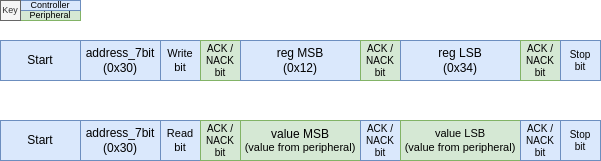
This is docs/modules/peripherals/images/I2C_Controller_Read_16_Bit_Register.png from AdamVeazey/edf, a draw.io export, as it was before one commit. Source tidied: cells renumbered, new cells last; positions are measured from the earlier drawing's top-left corner, leaving out a move shared by most shapes. Source of this version:
```xml
<mxGraphModel>
  <root>
    <mxCell id="0" />
    <mxCell id="1" parent="0" />
    <mxCell id="2" value="Peripheral" style="rounded=0;whiteSpace=wrap;html=1;fillColor=#d5e8d4;strokeColor=#82b366;fontSize=9;" parent="1" vertex="1">
      <mxGeometry x="20" y="10" width="60" height="10" as="geometry" />
    </mxCell>
    <mxCell id="3" value="Controller" style="rounded=0;whiteSpace=wrap;html=1;fillColor=#dae8fc;strokeColor=#6c8ebf;fontSize=9;" parent="1" vertex="1">
      <mxGeometry x="20" width="60" height="10" as="geometry" />
    </mxCell>
    <mxCell id="4" value="Start" style="rounded=0;whiteSpace=wrap;html=1;fillColor=#dae8fc;strokeColor=#6c8ebf;fontSize=12;" parent="1" vertex="1">
      <mxGeometry y="40" width="80" height="40" as="geometry" />
    </mxCell>
    <mxCell id="5" value="address_7bit&lt;div&gt;(0x30)&lt;/div&gt;" style="rounded=0;whiteSpace=wrap;html=1;fillColor=#dae8fc;strokeColor=#6c8ebf;fontSize=12;" parent="1" vertex="1">
      <mxGeometry x="80" y="40" width="80" height="40" as="geometry" />
    </mxCell>
    <mxCell id="6" value="Write bit" style="rounded=0;whiteSpace=wrap;html=1;fontSize=11;fillColor=#dae8fc;strokeColor=#6c8ebf;" parent="1" vertex="1">
      <mxGeometry x="160" y="40" width="40" height="40" as="geometry" />
    </mxCell>
    <mxCell id="7" value="ACK / NACK&lt;br style=&quot;font-size: 10px;&quot;&gt;bit" style="rounded=0;whiteSpace=wrap;html=1;fontSize=10;fillColor=#d5e8d4;strokeColor=#82b366;" parent="1" vertex="1">
      <mxGeometry x="200" y="40" width="40" height="40" as="geometry" />
    </mxCell>
    <mxCell id="8" value="reg MSB&lt;div&gt;&lt;div&gt;(0x12)&lt;/div&gt;&lt;/div&gt;" style="rounded=0;whiteSpace=wrap;html=1;fillColor=#dae8fc;strokeColor=#6c8ebf;fontSize=12;" parent="1" vertex="1">
      <mxGeometry x="240" y="40" width="120" height="40" as="geometry" />
    </mxCell>
    <mxCell id="9" value="ACK / NACK&lt;br style=&quot;font-size: 10px;&quot;&gt;bit" style="rounded=0;whiteSpace=wrap;html=1;fontSize=10;fillColor=#d5e8d4;strokeColor=#82b366;" parent="1" vertex="1">
      <mxGeometry x="360" y="40" width="40" height="40" as="geometry" />
    </mxCell>
    <mxCell id="10" value="reg LSB&lt;div&gt;(0x34)&lt;/div&gt;" style="rounded=0;whiteSpace=wrap;html=1;fillColor=#dae8fc;strokeColor=#6c8ebf;fontSize=12;" parent="1" vertex="1">
      <mxGeometry x="400" y="40" width="120" height="40" as="geometry" />
    </mxCell>
    <mxCell id="11" value="ACK / NACK&lt;br style=&quot;font-size: 10px;&quot;&gt;bit" style="rounded=0;whiteSpace=wrap;html=1;fontSize=10;fillColor=#d5e8d4;strokeColor=#82b366;" parent="1" vertex="1">
      <mxGeometry x="520" y="40" width="40" height="40" as="geometry" />
    </mxCell>
    <mxCell id="12" value="Stop&lt;br style=&quot;font-size: 10px;&quot;&gt;bit" style="rounded=0;whiteSpace=wrap;html=1;fontSize=10;fillColor=#dae8fc;strokeColor=#6c8ebf;" parent="1" vertex="1">
      <mxGeometry x="560" y="40" width="40" height="40" as="geometry" />
    </mxCell>
    <mxCell id="13" value="Key" style="rounded=0;whiteSpace=wrap;html=1;fontSize=9;fillColor=#f5f5f5;fontColor=#333333;strokeColor=#666666;" parent="1" vertex="1">
      <mxGeometry width="20" height="20" as="geometry" />
    </mxCell>
    <mxCell id="14" value="value MSB&lt;div&gt;&lt;div style=&quot;font-size: 11px;&quot;&gt;(value from peripheral)&lt;/div&gt;&lt;/div&gt;" style="rounded=0;whiteSpace=wrap;html=1;fillColor=#d5e8d4;strokeColor=#82b366;fontSize=12;" parent="1" vertex="1">
      <mxGeometry x="240" y="120" width="120" height="40" as="geometry" />
    </mxCell>
    <mxCell id="15" value="ACK / NACK&lt;br style=&quot;font-size: 10px;&quot;&gt;bit" style="rounded=0;whiteSpace=wrap;html=1;fontSize=10;fillColor=#dae8fc;strokeColor=#6c8ebf;" parent="1" vertex="1">
      <mxGeometry x="360" y="120" width="40" height="40" as="geometry" />
    </mxCell>
    <mxCell id="16" value="value LSB&lt;div style=&quot;font-size: 11px;&quot;&gt;(value from peripheral)&lt;/div&gt;" style="rounded=0;whiteSpace=wrap;html=1;fillColor=#d5e8d4;strokeColor=#82b366;fontSize=11;" parent="1" vertex="1">
      <mxGeometry x="400" y="120" width="120" height="40" as="geometry" />
    </mxCell>
    <mxCell id="17" value="ACK / NACK&lt;br style=&quot;font-size: 10px;&quot;&gt;bit" style="rounded=0;whiteSpace=wrap;html=1;fontSize=10;fillColor=#dae8fc;strokeColor=#6c8ebf;" parent="1" vertex="1">
      <mxGeometry x="520" y="120" width="40" height="40" as="geometry" />
    </mxCell>
    <mxCell id="18" value="Stop&lt;br style=&quot;font-size: 10px;&quot;&gt;bit" style="rounded=0;whiteSpace=wrap;html=1;fontSize=10;fillColor=#dae8fc;strokeColor=#6c8ebf;" parent="1" vertex="1">
      <mxGeometry x="560" y="120" width="40" height="40" as="geometry" />
    </mxCell>
    <mxCell id="19" value="Start" style="rounded=0;whiteSpace=wrap;html=1;fillColor=#dae8fc;strokeColor=#6c8ebf;fontSize=12;" parent="1" vertex="1">
      <mxGeometry y="120" width="80" height="40" as="geometry" />
    </mxCell>
    <mxCell id="20" value="address_7bit&lt;div&gt;(0x30)&lt;/div&gt;" style="rounded=0;whiteSpace=wrap;html=1;fillColor=#dae8fc;strokeColor=#6c8ebf;fontSize=12;" parent="1" vertex="1">
      <mxGeometry x="80" y="120" width="80" height="40" as="geometry" />
    </mxCell>
    <mxCell id="21" value="Read bit" style="rounded=0;whiteSpace=wrap;html=1;fontSize=11;fillColor=#dae8fc;strokeColor=#6c8ebf;" parent="1" vertex="1">
      <mxGeometry x="160" y="120" width="40" height="40" as="geometry" />
    </mxCell>
    <mxCell id="22" value="ACK / NACK&lt;br style=&quot;font-size: 10px;&quot;&gt;bit" style="rounded=0;whiteSpace=wrap;html=1;fontSize=10;fillColor=#d5e8d4;strokeColor=#82b366;" parent="1" vertex="1">
      <mxGeometry x="200" y="120" width="40" height="40" as="geometry" />
    </mxCell>
  </root>
</mxGraphModel>
```
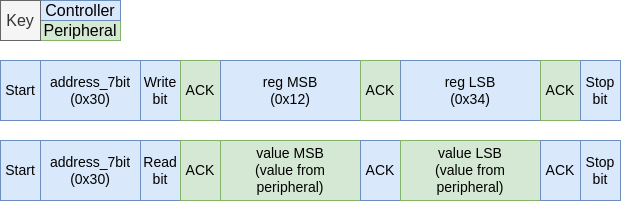
Above is the later version.

Change to the diagram source:
```diff
@@ -2,68 +2,68 @@
   <root>
     <mxCell id="0" />
     <mxCell id="1" parent="0" />
-    <mxCell id="2" value="Peripheral" style="rounded=0;whiteSpace=wrap;html=1;fillColor=#d5e8d4;strokeColor=#82b366;fontSize=9;" parent="1" vertex="1">
-      <mxGeometry x="20" y="10" width="60" height="10" as="geometry" />
+    <mxCell id="2" value="Peripheral" style="rounded=0;whiteSpace=wrap;html=1;fillColor=#d5e8d4;strokeColor=#82b366;fontSize=16;" parent="1" vertex="1">
+      <mxGeometry x="40" y="20" width="80" height="20" as="geometry" />
     </mxCell>
-    <mxCell id="3" value="Controller" style="rounded=0;whiteSpace=wrap;html=1;fillColor=#dae8fc;strokeColor=#6c8ebf;fontSize=9;" parent="1" vertex="1">
-      <mxGeometry x="20" width="60" height="10" as="geometry" />
+    <mxCell id="3" value="Controller" style="rounded=0;whiteSpace=wrap;html=1;fillColor=#dae8fc;strokeColor=#6c8ebf;fontSize=16;" parent="1" vertex="1">
+      <mxGeometry x="40" width="80" height="20" as="geometry" />
     </mxCell>
-    <mxCell id="4" value="Start" style="rounded=0;whiteSpace=wrap;html=1;fillColor=#dae8fc;strokeColor=#6c8ebf;fontSize=12;" parent="1" vertex="1">
-      <mxGeometry y="40" width="80" height="40" as="geometry" />
+    <mxCell id="4" value="Start" style="rounded=0;whiteSpace=wrap;html=1;fillColor=#dae8fc;strokeColor=#6c8ebf;fontSize=14;" parent="1" vertex="1">
+      <mxGeometry y="60" width="40" height="60" as="geometry" />
     </mxCell>
-    <mxCell id="5" value="address_7bit&lt;div&gt;(0x30)&lt;/div&gt;" style="rounded=0;whiteSpace=wrap;html=1;fillColor=#dae8fc;strokeColor=#6c8ebf;fontSize=12;" parent="1" vertex="1">
-      <mxGeometry x="80" y="40" width="80" height="40" as="geometry" />
+    <mxCell id="5" value="address_7bit&lt;div style=&quot;font-size: 14px;&quot;&gt;(0x30)&lt;/div&gt;" style="rounded=0;whiteSpace=wrap;html=1;fillColor=#dae8fc;strokeColor=#6c8ebf;fontSize=14;" parent="1" vertex="1">
+      <mxGeometry x="40" y="60" width="100" height="60" as="geometry" />
     </mxCell>
-    <mxCell id="6" value="Write bit" style="rounded=0;whiteSpace=wrap;html=1;fontSize=11;fillColor=#dae8fc;strokeColor=#6c8ebf;" parent="1" vertex="1">
-      <mxGeometry x="160" y="40" width="40" height="40" as="geometry" />
+    <mxCell id="6" value="Write bit" style="rounded=0;whiteSpace=wrap;html=1;fontSize=14;fillColor=#dae8fc;strokeColor=#6c8ebf;" parent="1" vertex="1">
+      <mxGeometry x="140" y="60" width="40" height="60" as="geometry" />
     </mxCell>
-    <mxCell id="7" value="ACK / NACK&lt;br style=&quot;font-size: 10px;&quot;&gt;bit" style="rounded=0;whiteSpace=wrap;html=1;fontSize=10;fillColor=#d5e8d4;strokeColor=#82b366;" parent="1" vertex="1">
-      <mxGeometry x="200" y="40" width="40" height="40" as="geometry" />
+    <mxCell id="7" value="ACK" style="rounded=0;whiteSpace=wrap;html=1;fontSize=14;fillColor=#d5e8d4;strokeColor=#82b366;" parent="1" vertex="1">
+      <mxGeometry x="180" y="60" width="40" height="60" as="geometry" />
     </mxCell>
-    <mxCell id="8" value="reg MSB&lt;div&gt;&lt;div&gt;(0x12)&lt;/div&gt;&lt;/div&gt;" style="rounded=0;whiteSpace=wrap;html=1;fillColor=#dae8fc;strokeColor=#6c8ebf;fontSize=12;" parent="1" vertex="1">
-      <mxGeometry x="240" y="40" width="120" height="40" as="geometry" />
+    <mxCell id="8" value="reg MSB&lt;div style=&quot;font-size: 14px;&quot;&gt;&lt;div style=&quot;font-size: 14px;&quot;&gt;(0x12)&lt;/div&gt;&lt;/div&gt;" style="rounded=0;whiteSpace=wrap;html=1;fillColor=#dae8fc;strokeColor=#6c8ebf;fontSize=14;" parent="1" vertex="1">
+      <mxGeometry x="220" y="60" width="140" height="60" as="geometry" />
     </mxCell>
-    <mxCell id="9" value="ACK / NACK&lt;br style=&quot;font-size: 10px;&quot;&gt;bit" style="rounded=0;whiteSpace=wrap;html=1;fontSize=10;fillColor=#d5e8d4;strokeColor=#82b366;" parent="1" vertex="1">
-      <mxGeometry x="360" y="40" width="40" height="40" as="geometry" />
+    <mxCell id="9" value="ACK" style="rounded=0;whiteSpace=wrap;html=1;fontSize=14;fillColor=#d5e8d4;strokeColor=#82b366;" parent="1" vertex="1">
+      <mxGeometry x="360" y="60" width="40" height="60" as="geometry" />
     </mxCell>
-    <mxCell id="10" value="reg LSB&lt;div&gt;(0x34)&lt;/div&gt;" style="rounded=0;whiteSpace=wrap;html=1;fillColor=#dae8fc;strokeColor=#6c8ebf;fontSize=12;" parent="1" vertex="1">
-      <mxGeometry x="400" y="40" width="120" height="40" as="geometry" />
+    <mxCell id="10" value="reg LSB&lt;div style=&quot;font-size: 14px;&quot;&gt;(0x34)&lt;/div&gt;" style="rounded=0;whiteSpace=wrap;html=1;fillColor=#dae8fc;strokeColor=#6c8ebf;fontSize=14;" parent="1" vertex="1">
+      <mxGeometry x="400" y="60" width="140" height="60" as="geometry" />
     </mxCell>
-    <mxCell id="11" value="ACK / NACK&lt;br style=&quot;font-size: 10px;&quot;&gt;bit" style="rounded=0;whiteSpace=wrap;html=1;fontSize=10;fillColor=#d5e8d4;strokeColor=#82b366;" parent="1" vertex="1">
-      <mxGeometry x="520" y="40" width="40" height="40" as="geometry" />
+    <mxCell id="11" value="ACK" style="rounded=0;whiteSpace=wrap;html=1;fontSize=14;fillColor=#d5e8d4;strokeColor=#82b366;" parent="1" vertex="1">
+      <mxGeometry x="540" y="60" width="40" height="60" as="geometry" />
     </mxCell>
-    <mxCell id="12" value="Stop&lt;br style=&quot;font-size: 10px;&quot;&gt;bit" style="rounded=0;whiteSpace=wrap;html=1;fontSize=10;fillColor=#dae8fc;strokeColor=#6c8ebf;" parent="1" vertex="1">
-      <mxGeometry x="560" y="40" width="40" height="40" as="geometry" />
+    <mxCell id="12" value="Stop&lt;br style=&quot;font-size: 14px;&quot;&gt;bit" style="rounded=0;whiteSpace=wrap;html=1;fontSize=14;fillColor=#dae8fc;strokeColor=#6c8ebf;" parent="1" vertex="1">
+      <mxGeometry x="580" y="60" width="40" height="60" as="geometry" />
     </mxCell>
-    <mxCell id="13" value="Key" style="rounded=0;whiteSpace=wrap;html=1;fontSize=9;fillColor=#f5f5f5;fontColor=#333333;strokeColor=#666666;" parent="1" vertex="1">
-      <mxGeometry width="20" height="20" as="geometry" />
+    <mxCell id="13" value="Key" style="rounded=0;whiteSpace=wrap;html=1;fontSize=16;fillColor=#f5f5f5;fontColor=#333333;strokeColor=#666666;" parent="1" vertex="1">
+      <mxGeometry width="40" height="40" as="geometry" />
     </mxCell>
-    <mxCell id="14" value="value MSB&lt;div&gt;&lt;div style=&quot;font-size: 11px;&quot;&gt;(value from peripheral)&lt;/div&gt;&lt;/div&gt;" style="rounded=0;whiteSpace=wrap;html=1;fillColor=#d5e8d4;strokeColor=#82b366;fontSize=12;" parent="1" vertex="1">
-      <mxGeometry x="240" y="120" width="120" height="40" as="geometry" />
+    <mxCell id="14" value="value MSB&lt;div style=&quot;font-size: 14px;&quot;&gt;&lt;div style=&quot;font-size: 14px;&quot;&gt;(value from peripheral)&lt;/div&gt;&lt;/div&gt;" style="rounded=0;whiteSpace=wrap;html=1;fillColor=#d5e8d4;strokeColor=#82b366;fontSize=14;" parent="1" vertex="1">
+      <mxGeometry x="220" y="140" width="140" height="60" as="geometry" />
     </mxCell>
-    <mxCell id="15" value="ACK / NACK&lt;br style=&quot;font-size: 10px;&quot;&gt;bit" style="rounded=0;whiteSpace=wrap;html=1;fontSize=10;fillColor=#dae8fc;strokeColor=#6c8ebf;" parent="1" vertex="1">
-      <mxGeometry x="360" y="120" width="40" height="40" as="geometry" />
+    <mxCell id="15" value="ACK" style="rounded=0;whiteSpace=wrap;html=1;fontSize=14;fillColor=#dae8fc;strokeColor=#6c8ebf;" parent="1" vertex="1">
+      <mxGeometry x="360" y="140" width="40" height="60" as="geometry" />
     </mxCell>
-    <mxCell id="16" value="value LSB&lt;div style=&quot;font-size: 11px;&quot;&gt;(value from peripheral)&lt;/div&gt;" style="rounded=0;whiteSpace=wrap;html=1;fillColor=#d5e8d4;strokeColor=#82b366;fontSize=11;" parent="1" vertex="1">
-      <mxGeometry x="400" y="120" width="120" height="40" as="geometry" />
+    <mxCell id="16" value="value LSB&lt;div style=&quot;font-size: 14px;&quot;&gt;(value from peripheral)&lt;/div&gt;" style="rounded=0;whiteSpace=wrap;html=1;fillColor=#d5e8d4;strokeColor=#82b366;fontSize=14;" parent="1" vertex="1">
+      <mxGeometry x="400" y="140" width="140" height="60" as="geometry" />
     </mxCell>
-    <mxCell id="17" value="ACK / NACK&lt;br style=&quot;font-size: 10px;&quot;&gt;bit" style="rounded=0;whiteSpace=wrap;html=1;fontSize=10;fillColor=#dae8fc;strokeColor=#6c8ebf;" parent="1" vertex="1">
-      <mxGeometry x="520" y="120" width="40" height="40" as="geometry" />
+    <mxCell id="17" value="ACK" style="rounded=0;whiteSpace=wrap;html=1;fontSize=14;fillColor=#dae8fc;strokeColor=#6c8ebf;" parent="1" vertex="1">
+      <mxGeometry x="540" y="140" width="40" height="60" as="geometry" />
     </mxCell>
-    <mxCell id="18" value="Stop&lt;br style=&quot;font-size: 10px;&quot;&gt;bit" style="rounded=0;whiteSpace=wrap;html=1;fontSize=10;fillColor=#dae8fc;strokeColor=#6c8ebf;" parent="1" vertex="1">
-      <mxGeometry x="560" y="120" width="40" height="40" as="geometry" />
+    <mxCell id="18" value="Stop&lt;br style=&quot;font-size: 14px;&quot;&gt;bit" style="rounded=0;whiteSpace=wrap;html=1;fontSize=14;fillColor=#dae8fc;strokeColor=#6c8ebf;" parent="1" vertex="1">
+      <mxGeometry x="580" y="140" width="40" height="60" as="geometry" />
     </mxCell>
-    <mxCell id="19" value="Start" style="rounded=0;whiteSpace=wrap;html=1;fillColor=#dae8fc;strokeColor=#6c8ebf;fontSize=12;" parent="1" vertex="1">
-      <mxGeometry y="120" width="80" height="40" as="geometry" />
+    <mxCell id="19" value="Start" style="rounded=0;whiteSpace=wrap;html=1;fillColor=#dae8fc;strokeColor=#6c8ebf;fontSize=14;" parent="1" vertex="1">
+      <mxGeometry y="140" width="40" height="60" as="geometry" />
     </mxCell>
-    <mxCell id="20" value="address_7bit&lt;div&gt;(0x30)&lt;/div&gt;" style="rounded=0;whiteSpace=wrap;html=1;fillColor=#dae8fc;strokeColor=#6c8ebf;fontSize=12;" parent="1" vertex="1">
-      <mxGeometry x="80" y="120" width="80" height="40" as="geometry" />
+    <mxCell id="20" value="address_7bit&lt;div style=&quot;font-size: 14px;&quot;&gt;(0x30)&lt;/div&gt;" style="rounded=0;whiteSpace=wrap;html=1;fillColor=#dae8fc;strokeColor=#6c8ebf;fontSize=14;" parent="1" vertex="1">
+      <mxGeometry x="40" y="140" width="100" height="60" as="geometry" />
     </mxCell>
-    <mxCell id="21" value="Read bit" style="rounded=0;whiteSpace=wrap;html=1;fontSize=11;fillColor=#dae8fc;strokeColor=#6c8ebf;" parent="1" vertex="1">
-      <mxGeometry x="160" y="120" width="40" height="40" as="geometry" />
+    <mxCell id="21" value="Read bit" style="rounded=0;whiteSpace=wrap;html=1;fontSize=14;fillColor=#dae8fc;strokeColor=#6c8ebf;" parent="1" vertex="1">
+      <mxGeometry x="140" y="140" width="40" height="60" as="geometry" />
     </mxCell>
-    <mxCell id="22" value="ACK / NACK&lt;br style=&quot;font-size: 10px;&quot;&gt;bit" style="rounded=0;whiteSpace=wrap;html=1;fontSize=10;fillColor=#d5e8d4;strokeColor=#82b366;" parent="1" vertex="1">
-      <mxGeometry x="200" y="120" width="40" height="40" as="geometry" />
+    <mxCell id="22" value="ACK" style="rounded=0;whiteSpace=wrap;html=1;fontSize=14;fillColor=#d5e8d4;strokeColor=#82b366;" parent="1" vertex="1">
+      <mxGeometry x="180" y="140" width="40" height="60" as="geometry" />
     </mxCell>
   </root>
 </mxGraphModel>
```
